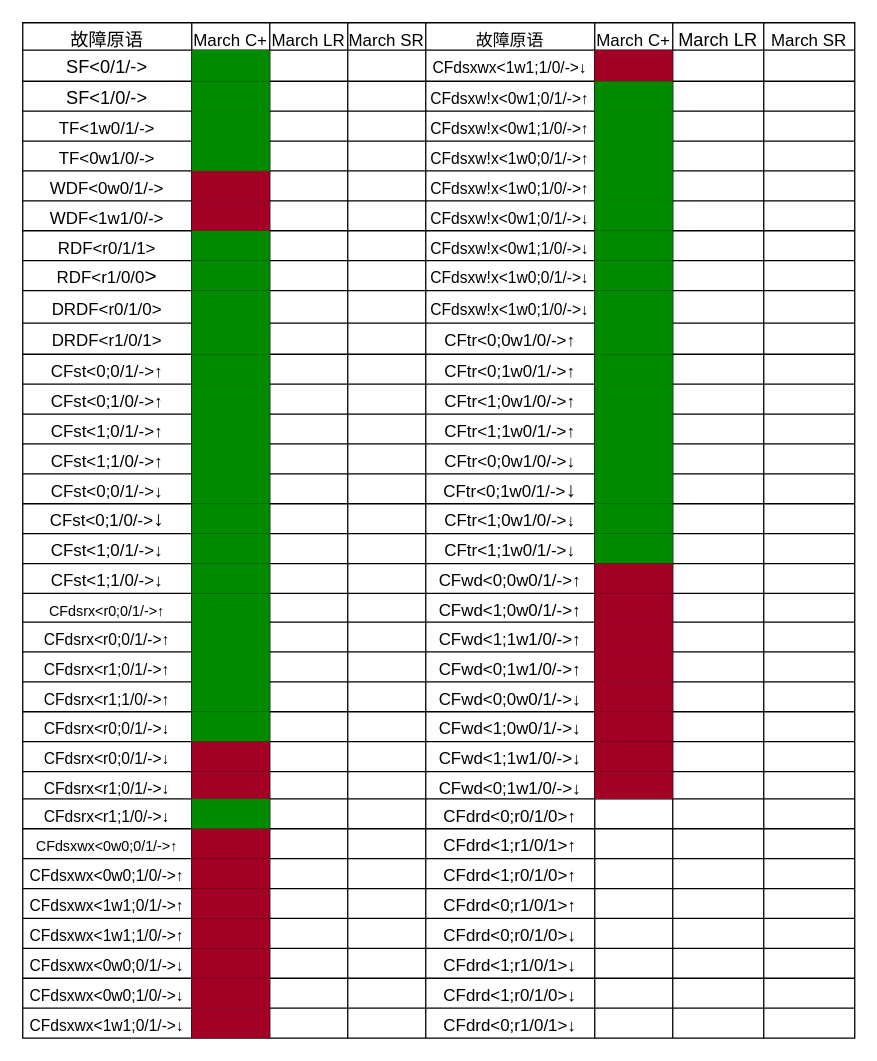
shanshan-lu/homwork keeps this draw.io diagram as doc/compare.drawio. Above is the earlier version. Source tidied: cells renumbered, new cells numbered last; positions are measured from the earlier drawing's top-left corner, leaving out a move shared by most shapes. Both pictures are drawn from the tidied source at 130%, with x=0, y=0 at pixel (22, 22).
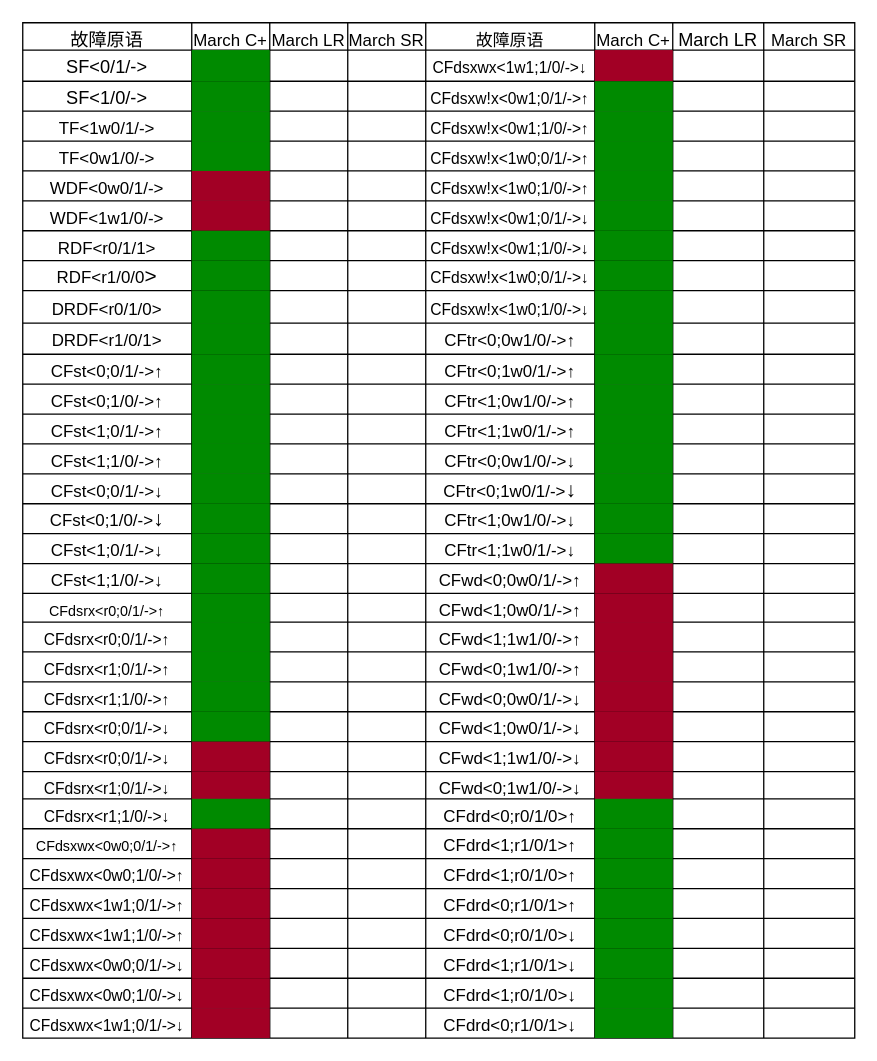
The same diagram, later.

Unchanged cells that the change refers to:
```xml
<mxCell id="237" style="shape=tableRow;horizontal=0;startSize=0;swimlaneHead=0;swimlaneBody=0;strokeColor=inherit;top=0;left=0;bottom=0;right=0;fillColor=none;fontSize=16;" parent="2" vertex="1">
  <mxGeometry y="597" width="640" height="23" as="geometry" />
</mxCell>
<mxCell id="246" style="shape=tableRow;horizontal=0;startSize=0;swimlaneHead=0;swimlaneBody=0;strokeColor=inherit;top=0;left=0;bottom=0;right=0;fillColor=none;fontSize=16;" parent="2" vertex="1">
  <mxGeometry y="620" width="640" height="23" as="geometry" />
</mxCell>
<mxCell id="255" style="shape=tableRow;horizontal=0;startSize=0;swimlaneHead=0;swimlaneBody=0;strokeColor=inherit;top=0;left=0;bottom=0;right=0;fillColor=none;fontSize=16;" parent="2" vertex="1">
  <mxGeometry y="643" width="640" height="23" as="geometry" />
</mxCell>
<mxCell id="264" style="shape=tableRow;horizontal=0;startSize=0;swimlaneHead=0;swimlaneBody=0;strokeColor=inherit;top=0;left=0;bottom=0;right=0;fillColor=none;fontSize=16;" parent="2" vertex="1">
  <mxGeometry y="666" width="640" height="23" as="geometry" />
</mxCell>
<mxCell id="273" style="shape=tableRow;horizontal=0;startSize=0;swimlaneHead=0;swimlaneBody=0;strokeColor=inherit;top=0;left=0;bottom=0;right=0;fillColor=none;fontSize=16;" parent="2" vertex="1">
  <mxGeometry y="689" width="640" height="23" as="geometry" />
</mxCell>
<mxCell id="282" style="shape=tableRow;horizontal=0;startSize=0;swimlaneHead=0;swimlaneBody=0;strokeColor=inherit;top=0;left=0;bottom=0;right=0;fillColor=none;fontSize=16;" parent="2" vertex="1">
  <mxGeometry y="712" width="640" height="23" as="geometry" />
</mxCell>
<mxCell id="291" style="shape=tableRow;horizontal=0;startSize=0;swimlaneHead=0;swimlaneBody=0;strokeColor=inherit;top=0;left=0;bottom=0;right=0;fillColor=none;fontSize=16;" parent="2" vertex="1">
  <mxGeometry y="735" width="640" height="23" as="geometry" />
</mxCell>
<mxCell id="300" style="shape=tableRow;horizontal=0;startSize=0;swimlaneHead=0;swimlaneBody=0;strokeColor=inherit;top=0;left=0;bottom=0;right=0;fillColor=none;fontSize=16;" parent="2" vertex="1">
  <mxGeometry y="758" width="640" height="23" as="geometry" />
</mxCell>
```

The edit, as a diff of the source:
```diff
@@
-    <mxCell id="243" style="shape=partialRectangle;html=1;whiteSpace=wrap;strokeColor=inherit;overflow=hidden;fillColor=none;top=0;left=0;bottom=0;right=0;fontSize=16;" parent="237" vertex="1">
+    <mxCell id="243" style="shape=partialRectangle;html=1;whiteSpace=wrap;strokeColor=#005700;overflow=hidden;fillColor=#008a00;top=0;left=0;bottom=0;right=0;fontSize=16;fontColor=#ffffff;" parent="237" vertex="1">
       <mxGeometry x="440" width="60" height="23" as="geometry" />
     </mxCell>
@@
-    <mxCell id="252" style="shape=partialRectangle;html=1;whiteSpace=wrap;strokeColor=inherit;overflow=hidden;fillColor=none;top=0;left=0;bottom=0;right=0;fontSize=16;" parent="246" vertex="1">
+    <mxCell id="252" style="shape=partialRectangle;html=1;whiteSpace=wrap;strokeColor=#005700;overflow=hidden;fillColor=#008a00;top=0;left=0;bottom=0;right=0;fontSize=16;fontColor=#ffffff;" parent="246" vertex="1">
       <mxGeometry x="440" width="60" height="23" as="geometry" />
     </mxCell>
@@
-    <mxCell id="261" style="shape=partialRectangle;html=1;whiteSpace=wrap;strokeColor=inherit;overflow=hidden;fillColor=none;top=0;left=0;bottom=0;right=0;fontSize=16;" parent="255" vertex="1">
+    <mxCell id="261" style="shape=partialRectangle;html=1;whiteSpace=wrap;strokeColor=#005700;overflow=hidden;fillColor=#008a00;top=0;left=0;bottom=0;right=0;fontSize=16;fontColor=#ffffff;" parent="255" vertex="1">
       <mxGeometry x="440" width="60" height="23" as="geometry" />
     </mxCell>
@@
-    <mxCell id="270" style="shape=partialRectangle;html=1;whiteSpace=wrap;strokeColor=inherit;overflow=hidden;fillColor=none;top=0;left=0;bottom=0;right=0;fontSize=16;" parent="264" vertex="1">
+    <mxCell id="270" style="shape=partialRectangle;html=1;whiteSpace=wrap;strokeColor=#005700;overflow=hidden;fillColor=#008a00;top=0;left=0;bottom=0;right=0;fontSize=16;fontColor=#ffffff;" parent="264" vertex="1">
       <mxGeometry x="440" width="60" height="23" as="geometry" />
     </mxCell>
@@
-    <mxCell id="279" style="shape=partialRectangle;html=1;whiteSpace=wrap;strokeColor=inherit;overflow=hidden;fillColor=none;top=0;left=0;bottom=0;right=0;fontSize=16;" parent="273" vertex="1">
+    <mxCell id="279" style="shape=partialRectangle;html=1;whiteSpace=wrap;strokeColor=#005700;overflow=hidden;fillColor=#008a00;top=0;left=0;bottom=0;right=0;fontSize=16;fontColor=#ffffff;" parent="273" vertex="1">
       <mxGeometry x="440" width="60" height="23" as="geometry" />
     </mxCell>
@@
-    <mxCell id="288" style="shape=partialRectangle;html=1;whiteSpace=wrap;strokeColor=inherit;overflow=hidden;fillColor=none;top=0;left=0;bottom=0;right=0;fontSize=16;" parent="282" vertex="1">
+    <mxCell id="288" style="shape=partialRectangle;html=1;whiteSpace=wrap;strokeColor=#005700;overflow=hidden;fillColor=#008a00;top=0;left=0;bottom=0;right=0;fontSize=16;fontColor=#ffffff;" parent="282" vertex="1">
       <mxGeometry x="440" width="60" height="23" as="geometry" />
     </mxCell>
@@
-    <mxCell id="297" style="shape=partialRectangle;html=1;whiteSpace=wrap;strokeColor=inherit;overflow=hidden;fillColor=none;top=0;left=0;bottom=0;right=0;fontSize=16;" parent="291" vertex="1">
+    <mxCell id="297" style="shape=partialRectangle;html=1;whiteSpace=wrap;strokeColor=#005700;overflow=hidden;fillColor=#008a00;top=0;left=0;bottom=0;right=0;fontSize=16;fontColor=#ffffff;" parent="291" vertex="1">
       <mxGeometry x="440" width="60" height="23" as="geometry" />
     </mxCell>
@@
-    <mxCell id="306" style="shape=partialRectangle;html=1;whiteSpace=wrap;strokeColor=inherit;overflow=hidden;fillColor=none;top=0;left=0;bottom=0;right=0;fontSize=16;" parent="300" vertex="1">
+    <mxCell id="306" style="shape=partialRectangle;html=1;whiteSpace=wrap;strokeColor=#005700;overflow=hidden;fillColor=#008a00;top=0;left=0;bottom=0;right=0;fontSize=16;fontColor=#ffffff;" parent="300" vertex="1">
       <mxGeometry x="440" width="60" height="23" as="geometry" />
     </mxCell>
```
